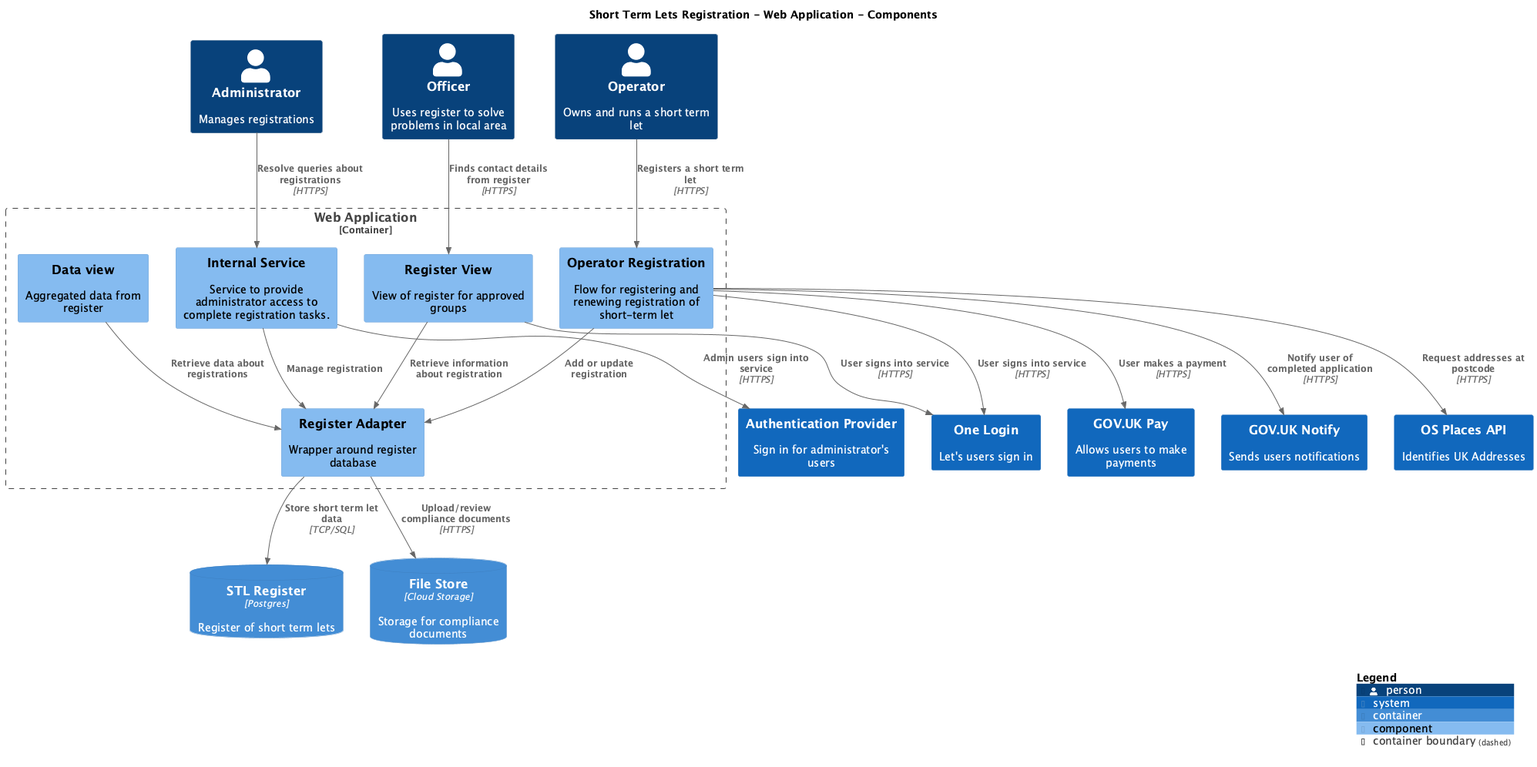
This is main/png/Components.png from DCMSstats/stl-architecture, a PlantUML export, as it was before one commit.
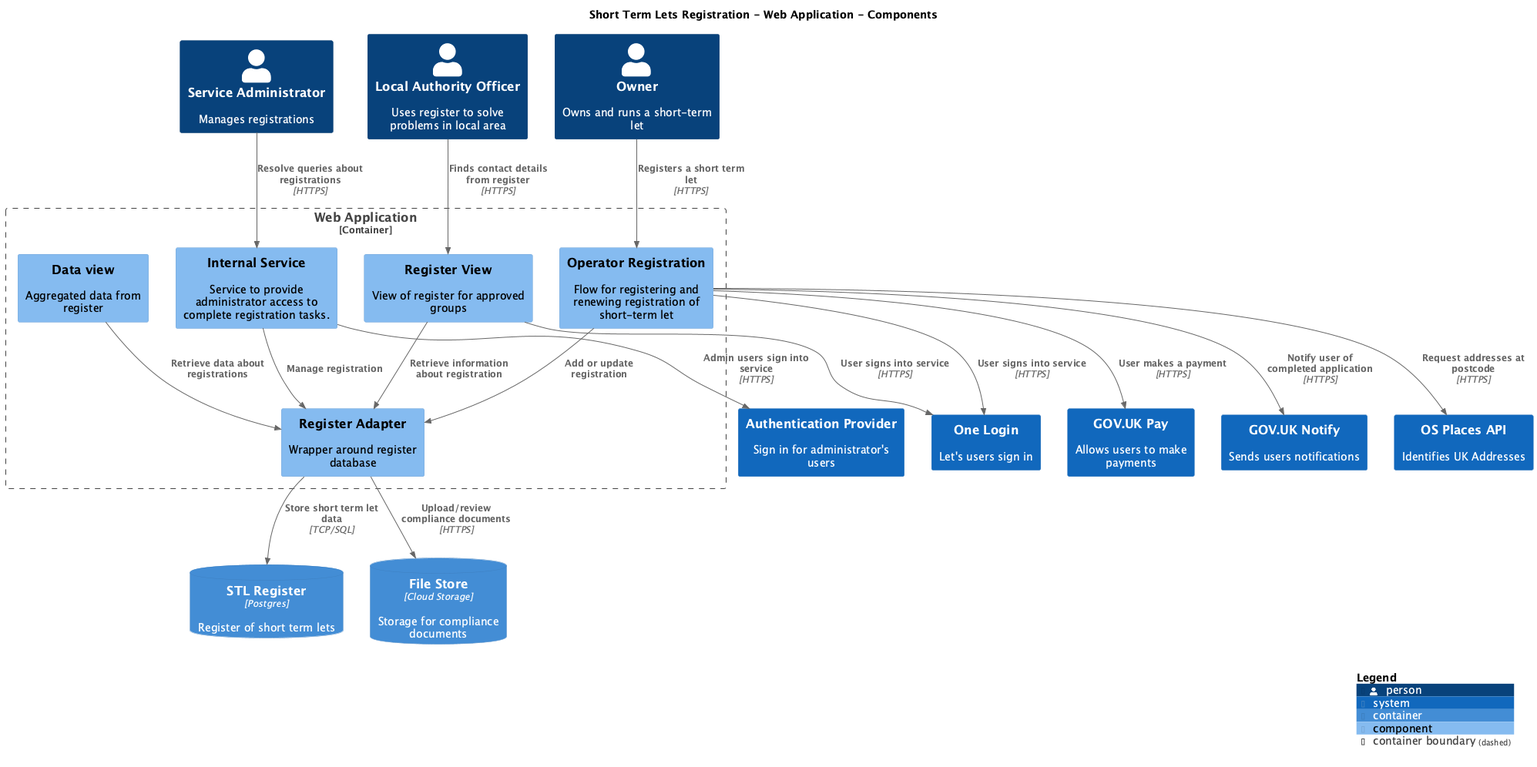
Above is the later version.

What changed in the source:
```diff
@@ -9,9 +9,9 @@
 !include <C4/C4_Container>
 !include <C4/C4_Component>
 
-Person(Administrator, "Administrator", $descr="Manages registrations", $tags="", $link="")
-Person(Operator, "Operator", $descr="Owns and runs a short term let", $tags="", $link="")
-Person(Officer, "Officer", $descr="Uses register to solve problems in local area", $tags="", $link="")
+Person(ServiceAdministrator, "Service Administrator", $descr="Manages registrations", $tags="", $link="")
+Person(Owner, "Owner", $descr="Owns and runs a short-term let", $tags="", $link="")
+Person(LocalAuthorityOfficer, "Local Authority Officer", $descr="Uses register to solve problems in local area", $tags="", $link="")
 System(GOVUKPay, "GOV.UK Pay", $descr="Allows users to make payments", $tags="", $link="")
 System(OneLogin, "One Login", $descr="Let's users sign in", $tags="", $link="")
 System(GOVUKNotify, "GOV.UK Notify", $descr="Sends users notifications", $tags="", $link="")
@@ -28,9 +28,9 @@
   Component(ShortTermLetsRegistration.WebApplication.RegisterAdapter, "Register Adapter", $techn="", $descr="Wrapper around register database", $tags="", $link="")
 }
 
-Rel(Operator, ShortTermLetsRegistration.WebApplication.OperatorRegistration, "Registers a short term let", $techn="HTTPS", $tags="", $link="")
-Rel(Administrator, ShortTermLetsRegistration.WebApplication.InternalService, "Resolve queries about registrations", $techn="HTTPS", $tags="", $link="")
-Rel(Officer, ShortTermLetsRegistration.WebApplication.RegisterView, "Finds contact details from register", $techn="HTTPS", $tags="", $link="")
+Rel(Owner, ShortTermLetsRegistration.WebApplication.OperatorRegistration, "Registers a short term let", $techn="HTTPS", $tags="", $link="")
+Rel(ServiceAdministrator, ShortTermLetsRegistration.WebApplication.InternalService, "Resolve queries about registrations", $techn="HTTPS", $tags="", $link="")
+Rel(LocalAuthorityOfficer, ShortTermLetsRegistration.WebApplication.RegisterView, "Finds contact details from register", $techn="HTTPS", $tags="", $link="")
 Rel(ShortTermLetsRegistration.WebApplication.RegisterAdapter, ShortTermLetsRegistration.STLRegister, "Store short term let data", $techn="TCP/SQL", $tags="", $link="")
 Rel(ShortTermLetsRegistration.WebApplication.OperatorRegistration, GOVUKPay, "User makes a payment", $techn="HTTPS", $tags="", $link="")
 Rel(ShortTermLetsRegistration.WebApplication.OperatorRegistration, OneLogin, "User signs into service", $techn="HTTPS", $tags="", $link="")
```
